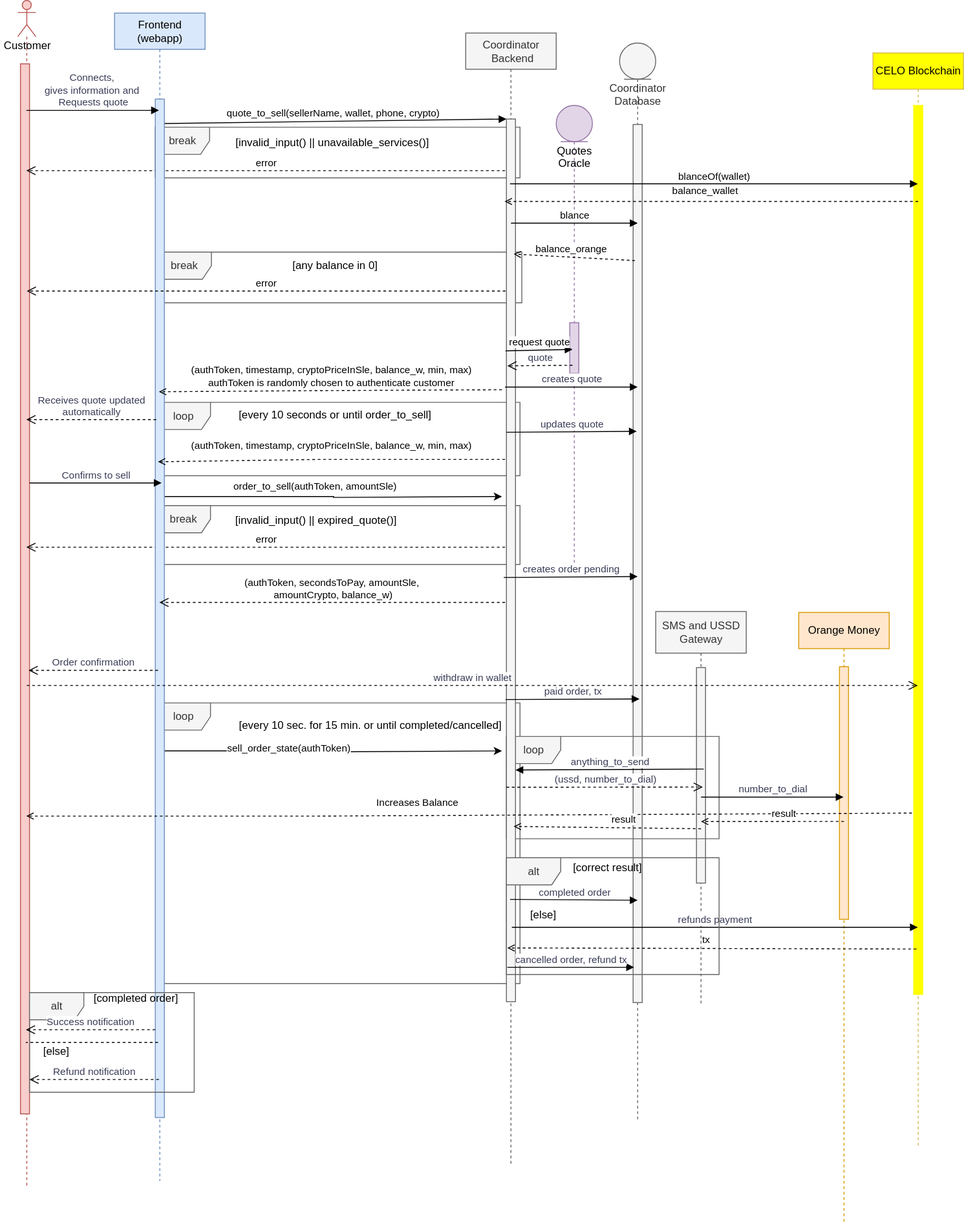
Above: doc/img/seq_offramp-Sequence diagram.drawio.svg in pasosdeJesus/stable-sl (draw.io), before the change. Source tidied: cells renumbered, new cells last; positions are measured from the earlier drawing's top-left corner, leaving out a move shared by most shapes.
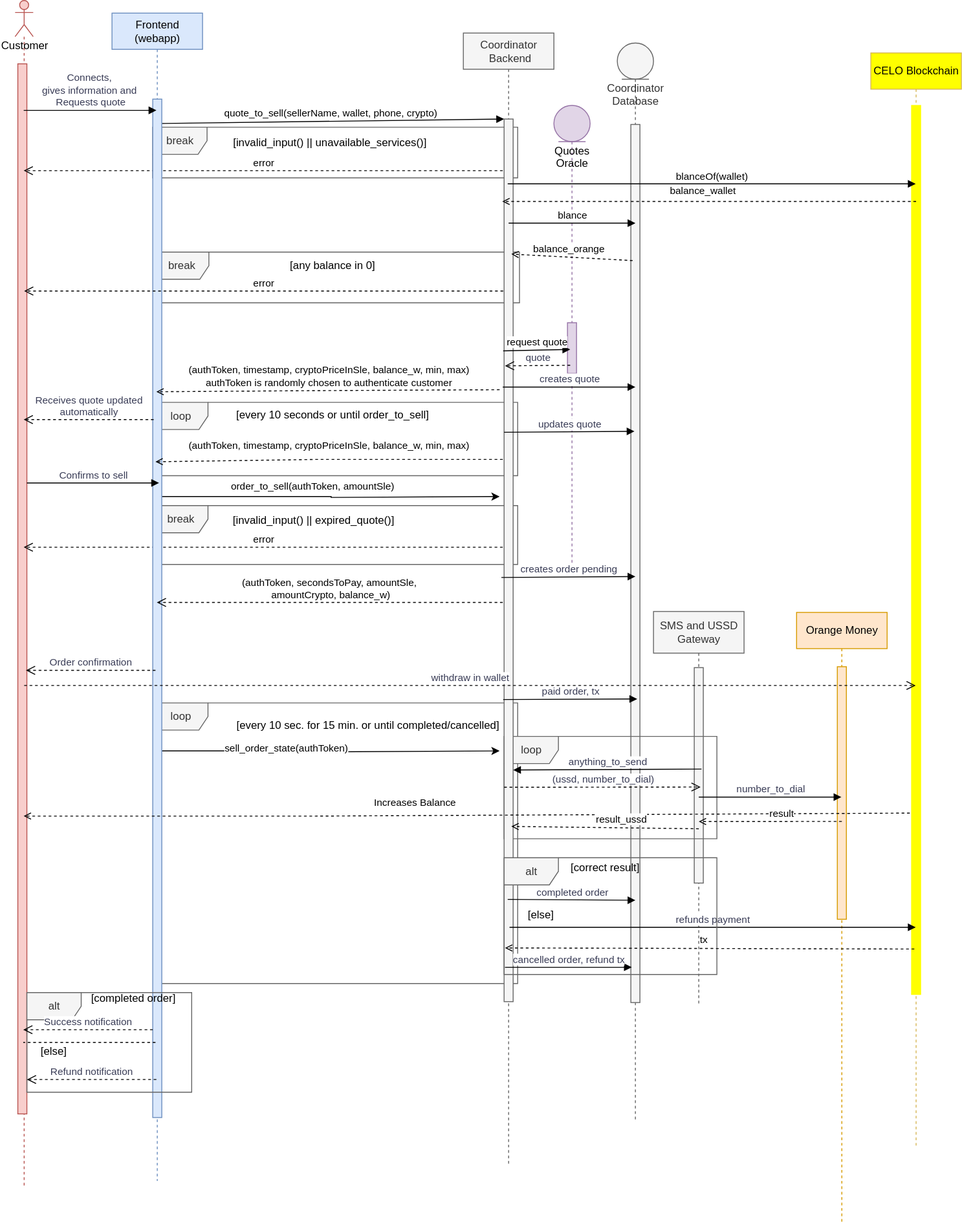
Later version of the same file.

The edit, as a diff of the source:
```diff
@@ -346,7 +346,7 @@
         <mxPoint x="548" y="912.4" as="targetPoint" />
       </mxGeometry>
     </mxCell>
-    <mxCell id="74" value="result" style="edgeLabel;html=1;align=center;verticalAlign=middle;" parent="73" vertex="1">
+    <mxCell id="74" value="result_ussd" style="edgeLabel;html=1;align=center;verticalAlign=middle;" parent="73" vertex="1">
       <mxGeometry x="0.2" relative="1" as="geometry">
         <mxPoint x="37" y="-10" as="offset" />
       </mxGeometry>
```
